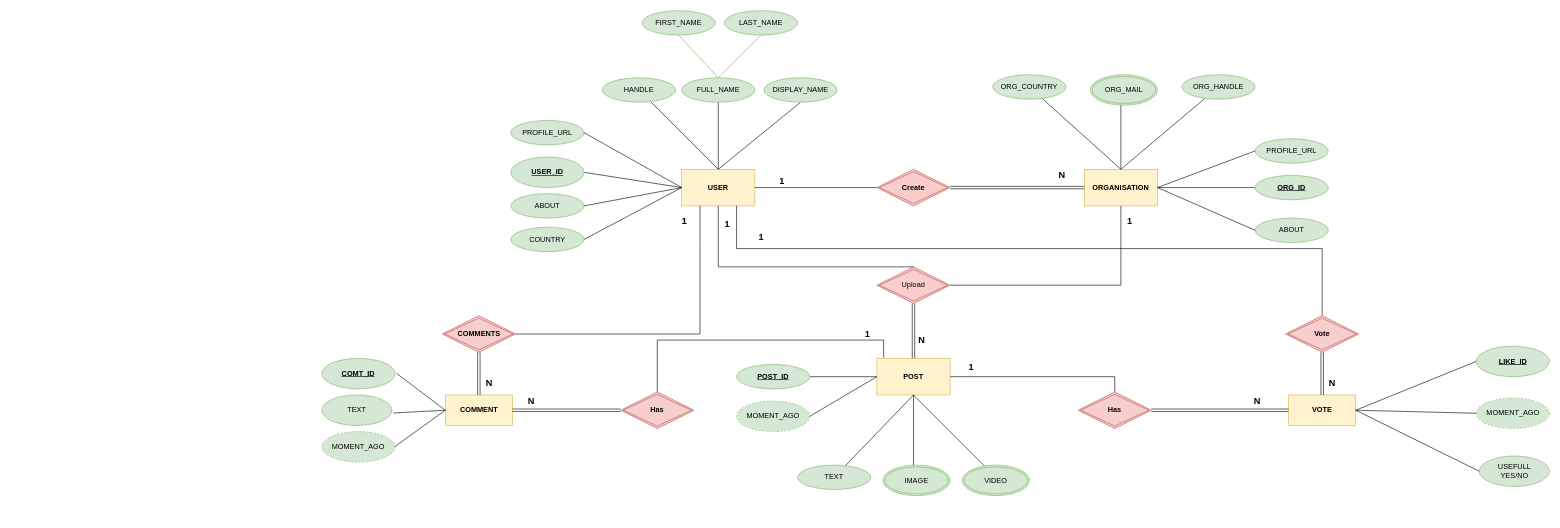
Earlier version of the draw.io diagram codelabz.drawio (mohdhaider07/DrumKit). Source tidied: cells renumbered, new cells numbered last; positions are measured from the earlier drawing's top-left corner, leaving out a move shared by most shapes. Both pictures are drawn from the tidied source at 61%, with x=0, y=0 at pixel (321, 10).
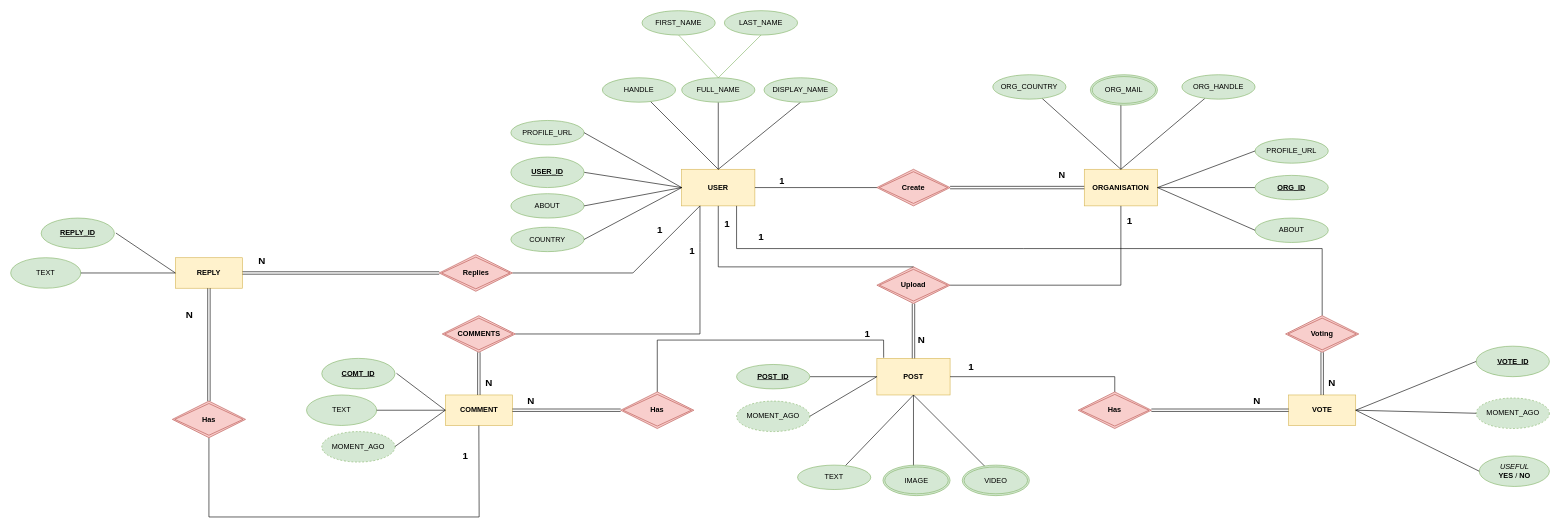
The same page after the edit.

The change refers to these unchanged cells:
```xml
<mxCell id="2" value="USER" style="rounded=0;whiteSpace=wrap;html=1;fillColor=#fff2cc;strokeColor=#d6b656;fontStyle=1;" parent="1" vertex="1">
  <mxGeometry x="590" y="260" width="120" height="60" as="geometry" />
</mxCell>
<mxCell id="32" style="shape=link;html=1;rounded=0;exitX=0.5;exitY=1;exitDx=0;exitDy=0;entryX=0.5;entryY=0;entryDx=0;entryDy=0;" parent="1" edge="1" source="38" target="18">
  <mxGeometry relative="1" as="geometry" />
</mxCell>
<mxCell id="40" style="endArrow=none;html=1;rounded=0;exitX=0.5;exitY=1;exitDx=0;exitDy=0;entryX=0.5;entryY=0;entryDx=0;entryDy=0;" parent="1" edge="1" source="2" target="38">
  <mxGeometry relative="1" as="geometry">
    <Array as="points">
      <mxPoint x="650" y="420" />
    </Array>
  </mxGeometry>
</mxCell>
<mxCell id="57" value="COMMENT" style="whiteSpace=wrap;html=1;align=center;fontStyle=1;fillColor=#fff2cc;strokeColor=#d6b656;" parent="1" vertex="1">
  <mxGeometry x="202.5" y="630" width="110" height="50" as="geometry" />
</mxCell>
<mxCell id="65" style="shape=link;html=1;rounded=0;exitX=0.5;exitY=0;exitDx=0;exitDy=0;entryX=0.5;entryY=1;entryDx=0;entryDy=0;" parent="1" edge="1" source="57" target="64">
  <mxGeometry relative="1" as="geometry" />
</mxCell>
<mxCell id="67" style="endArrow=none;html=1;rounded=0;entryX=0.25;entryY=1;entryDx=0;entryDy=0;exitX=1;exitY=0.5;exitDx=0;exitDy=0;" parent="1" edge="1" source="64" target="2">
  <mxGeometry relative="1" as="geometry">
    <Array as="points">
      <mxPoint x="620" y="530" />
      <mxPoint x="620" y="380" />
    </Array>
  </mxGeometry>
</mxCell>
<mxCell id="69" style="endArrow=none;html=1;rounded=0;entryX=0.093;entryY=-0.017;entryDx=0;entryDy=0;entryPerimeter=0;exitX=0.5;exitY=0;exitDx=0;exitDy=0;" parent="1" edge="1" source="71" target="18">
  <mxGeometry relative="1" as="geometry">
    <Array as="points">
      <mxPoint x="550" y="540" />
      <mxPoint x="720" y="540" />
      <mxPoint x="921" y="540" />
    </Array>
  </mxGeometry>
</mxCell>
<mxCell id="72" style="shape=link;html=1;rounded=0;exitX=0;exitY=0.5;exitDx=0;exitDy=0;entryX=1;entryY=0.5;entryDx=0;entryDy=0;" parent="1" edge="1" source="71" target="57">
  <mxGeometry relative="1" as="geometry" />
</mxCell>
<mxCell id="74" style="endArrow=none;html=1;rounded=0;exitX=0.75;exitY=1;exitDx=0;exitDy=0;entryX=0.5;entryY=0;entryDx=0;entryDy=0;" parent="1" edge="1" source="2" target="83">
  <mxGeometry relative="1" as="geometry">
    <Array as="points">
      <mxPoint x="680" y="390" />
      <mxPoint x="1150" y="390" />
      <mxPoint x="1640" y="390" />
    </Array>
  </mxGeometry>
</mxCell>
<mxCell id="84" style="shape=link;html=1;rounded=0;exitX=0.5;exitY=0;exitDx=0;exitDy=0;entryX=0.5;entryY=1;entryDx=0;entryDy=0;" parent="1" edge="1" source="76" target="83">
  <mxGeometry relative="1" as="geometry" />
</mxCell>
<mxCell id="86" style="endArrow=none;html=1;rounded=0;exitX=1;exitY=0.5;exitDx=0;exitDy=0;entryX=0.5;entryY=0;entryDx=0;entryDy=0;" parent="1" edge="1" source="18" target="88">
  <mxGeometry relative="1" as="geometry">
    <Array as="points">
      <mxPoint x="1300" y="600" />
    </Array>
  </mxGeometry>
</mxCell>
<mxCell id="89" style="shape=link;html=1;rounded=0;exitX=1;exitY=0.5;exitDx=0;exitDy=0;entryX=0;entryY=0.5;entryDx=0;entryDy=0;" parent="1" edge="1" source="88" target="76">
  <mxGeometry relative="1" as="geometry" />
</mxCell>
```

Change to the diagram source:
```diff
@@
-    <mxCell id="26" value="1" style="text;html=1;align=center;verticalAlign=middle;strokeColor=none;fillColor=none;fontSize=15;fontStyle=1;" parent="1" vertex="1">
+    <mxCell id="26" value="1" style="text;html=1;align=center;verticalAlign=middle;strokeColor=none;fillColor=none;fontSize=16;fontStyle=1;" parent="1" vertex="1">
       <mxGeometry x="705" y="355" width="30" height="30" as="geometry" />
     </mxCell>
@@
-    <mxCell id="33" value="N" style="html=1;whiteSpace=wrap;align=right;verticalAlign=bottom;fontSize=15;fontStyle=1;" parent="32" vertex="1">
+    <mxCell id="33" value="N" style="html=1;whiteSpace=wrap;align=right;verticalAlign=bottom;fontSize=16;fontStyle=1;" parent="32" vertex="1">
       <mxGeometry x="1" relative="1" as="geometry">
         <mxPoint x="20" y="-20" as="offset" />
       </mxGeometry>
     </mxCell>
@@
-    <mxCell id="38" value="Upload" style="shape=rhombus;double=1;perimeter=rhombusPerimeter;whiteSpace=wrap;html=1;align=center;fillColor=#f8cecc;strokeColor=#b85450;" parent="1" vertex="1">
+    <mxCell id="38" value="&lt;b&gt;Upload&lt;/b&gt;" style="shape=rhombus;double=1;perimeter=rhombusPerimeter;whiteSpace=wrap;html=1;align=center;fillColor=#f8cecc;strokeColor=#b85450;" parent="1" vertex="1">
       <mxGeometry x="910" y="420" width="120" height="60" as="geometry" />
     </mxCell>
@@
-    <mxCell id="41" value="1" style="html=1;whiteSpace=wrap;align=right;verticalAlign=bottom;fontSize=15;fontStyle=1;" parent="40" vertex="1">
+    <mxCell id="41" value="1" style="html=1;whiteSpace=wrap;align=right;verticalAlign=bottom;fontSize=16;fontStyle=1;" parent="40" vertex="1">
       <mxGeometry x="1" relative="1" as="geometry">
         <mxPoint x="-300" y="-60" as="offset" />
       </mxGeometry>
     </mxCell>
@@
     <mxCell id="58" value="TEXT" style="ellipse;whiteSpace=wrap;html=1;align=center;fontStyle=0;fillColor=#d5e8d4;strokeColor=#82b366;" parent="1" vertex="1">
-      <mxGeometry y="630" width="115" height="50" as="geometry" />
+      <mxGeometry x="-25" y="630" width="115" height="50" as="geometry" />
     </mxCell>
@@
-    <mxCell id="62" style="endArrow=none;html=1;rounded=0;entryX=0;entryY=0.5;entryDx=0;entryDy=0;" parent="1" edge="1" target="57">
-      <mxGeometry relative="1" as="geometry">
-        <mxPoint x="117.5" y="659.5" as="sourcePoint" />
-      </mxGeometry>
+    <mxCell id="62" style="endArrow=none;html=1;rounded=0;entryX=0;entryY=0.5;entryDx=0;entryDy=0;exitX=1;exitY=0.5;exitDx=0;exitDy=0;" parent="1" edge="1" source="58" target="57">
+      <mxGeometry relative="1" as="geometry" />
     </mxCell>
@@
-    <mxCell id="66" value="N" style="html=1;whiteSpace=wrap;align=right;verticalAlign=bottom;fontSize=15;fontStyle=1;" parent="65" vertex="1">
+    <mxCell id="66" value="N" style="html=1;whiteSpace=wrap;align=right;verticalAlign=bottom;fontSize=16;fontStyle=1;" parent="65" vertex="1">
       <mxGeometry x="1" relative="1" as="geometry">
         <mxPoint x="23" y="60" as="offset" />
       </mxGeometry>
     </mxCell>
@@
-    <mxCell id="68" value="1" style="html=1;whiteSpace=wrap;align=right;verticalAlign=bottom;fontSize=16;fontStyle=1;" parent="67" vertex="1">
-      <mxGeometry x="1" relative="1" as="geometry">
-        <mxPoint x="-20" y="35" as="offset" />
-      </mxGeometry>
-    </mxCell>
@@
-    <mxCell id="70" value="1" style="html=1;whiteSpace=wrap;align=right;verticalAlign=bottom;fontSize=15;fontStyle=1;" parent="69" vertex="1">
+    <mxCell id="70" value="1" style="html=1;whiteSpace=wrap;align=right;verticalAlign=bottom;fontSize=16;fontStyle=1;" parent="69" vertex="1">
       <mxGeometry x="1" relative="1" as="geometry">
         <mxPoint x="-21" y="-29" as="offset" />
       </mxGeometry>
     </mxCell>
@@
-    <mxCell id="73" value="N" style="html=1;whiteSpace=wrap;align=right;verticalAlign=bottom;fontSize=15;fontStyle=1;" parent="72" vertex="1">
+    <mxCell id="73" value="N" style="html=1;whiteSpace=wrap;align=right;verticalAlign=bottom;fontSize=16;fontStyle=1;" parent="72" vertex="1">
       <mxGeometry x="1" relative="1" as="geometry">
         <mxPoint x="38" y="-5" as="offset" />
       </mxGeometry>
     </mxCell>
@@
-    <mxCell id="75" value="1" style="html=1;whiteSpace=wrap;align=right;verticalAlign=bottom;fontSize=15;fontStyle=1;" parent="74" vertex="1">
+    <mxCell id="75" value="1" style="html=1;whiteSpace=wrap;align=right;verticalAlign=bottom;fontSize=16;fontStyle=1;" parent="74" vertex="1">
       <mxGeometry x="1" relative="1" as="geometry">
         <mxPoint x="-310" y="-145" as="offset" />
       </mxGeometry>
     </mxCell>
@@
-    <mxCell id="77" value="USEFULL&lt;br&gt;YES/NO" style="ellipse;whiteSpace=wrap;html=1;align=center;fillColor=#d5e8d4;strokeColor=#82b366;" parent="1" vertex="1">
+    <mxCell id="77" value="&lt;i&gt;USEFUL&lt;/i&gt;&lt;br&gt;&lt;b&gt;YES&amp;nbsp;&lt;/b&gt;/&amp;nbsp;&lt;b&gt;NO&lt;/b&gt;" style="ellipse;whiteSpace=wrap;html=1;align=center;fillColor=#d5e8d4;strokeColor=#82b366;" parent="1" vertex="1">
       <mxGeometry x="1897.5" y="730" width="115" height="50" as="geometry" />
     </mxCell>
-    <mxCell id="78" value="LIKE_ID" style="ellipse;whiteSpace=wrap;html=1;align=center;fontStyle=5;fillColor=#d5e8d4;strokeColor=#82b366;" parent="1" vertex="1">
+    <mxCell id="78" value="VOTE_ID" style="ellipse;whiteSpace=wrap;html=1;align=center;fontStyle=5;fillColor=#d5e8d4;strokeColor=#82b366;" parent="1" vertex="1">
       <mxGeometry x="1892.5" y="550" width="120" height="50" as="geometry" />
     </mxCell>
@@
-    <mxCell id="83" value="Vote" style="shape=rhombus;double=1;perimeter=rhombusPerimeter;whiteSpace=wrap;html=1;align=center;fontStyle=1;fillColor=#f8cecc;strokeColor=#b85450;" parent="1" vertex="1">
+    <mxCell id="83" value="Voting" style="shape=rhombus;double=1;perimeter=rhombusPerimeter;whiteSpace=wrap;html=1;align=center;fontStyle=1;fillColor=#f8cecc;strokeColor=#b85450;" parent="1" vertex="1">
       <mxGeometry x="1580" y="500" width="120" height="60" as="geometry" />
     </mxCell>
@@
-    <mxCell id="85" value="N" style="html=1;whiteSpace=wrap;align=right;verticalAlign=bottom;fontSize=15;fontStyle=1;" parent="84" vertex="1">
+    <mxCell id="85" value="N" style="html=1;whiteSpace=wrap;align=right;verticalAlign=bottom;fontSize=16;fontStyle=1;" parent="84" vertex="1">
       <mxGeometry x="1" relative="1" as="geometry">
         <mxPoint x="23" y="60" as="offset" />
       </mxGeometry>
     </mxCell>
@@
-    <mxCell id="87" value="1" style="html=1;whiteSpace=wrap;align=right;verticalAlign=bottom;fontSize=15;fontStyle=1;" parent="86" vertex="1">
+    <mxCell id="87" value="1" style="html=1;whiteSpace=wrap;align=right;verticalAlign=bottom;fontSize=16;fontStyle=1;" parent="86" vertex="1">
       <mxGeometry x="1" relative="1" as="geometry">
         <mxPoint x="-230" y="-30" as="offset" />
       </mxGeometry>
     </mxCell>
@@
-    <mxCell id="90" value="N" style="html=1;whiteSpace=wrap;align=right;verticalAlign=bottom;fontSize=15;fontStyle=1;" parent="89" vertex="1">
+    <mxCell id="90" value="N" style="html=1;whiteSpace=wrap;align=right;verticalAlign=bottom;fontSize=16;fontStyle=1;" parent="89" vertex="1">
       <mxGeometry x="1" relative="1" as="geometry">
         <mxPoint x="-45" y="-5" as="offset" />
       </mxGeometry>
     </mxCell>
+    <mxCell id="91" value="REPLY" style="whiteSpace=wrap;html=1;align=center;fontStyle=1;fillColor=#fff2cc;strokeColor=#d6b656;" parent="1" vertex="1">
+      <mxGeometry x="-240" y="405" width="110" height="50" as="geometry" />
+    </mxCell>
+    <mxCell id="92" style="endArrow=none;html=1;rounded=0;entryX=0.25;entryY=1;entryDx=0;entryDy=0;exitX=1;exitY=0.5;exitDx=0;exitDy=0;" parent="1" edge="1" source="95" target="2">
+      <mxGeometry relative="1" as="geometry">
+        <Array as="points">
+          <mxPoint x="510" y="430" />
+        </Array>
+      </mxGeometry>
+    </mxCell>
+    <mxCell id="93" value="1" style="html=1;whiteSpace=wrap;align=right;verticalAlign=bottom;fontSize=16;fontStyle=1;" parent="92" vertex="1">
+      <mxGeometry x="1" relative="1" as="geometry">
+        <mxPoint x="-60" y="50" as="offset" />
+      </mxGeometry>
+    </mxCell>
+    <mxCell id="94" value="1" style="html=1;whiteSpace=wrap;align=right;verticalAlign=bottom;fontSize=16;fontStyle=1;" parent="1" vertex="1">
+      <mxGeometry x="610" y="375" as="geometry">
+        <mxPoint x="3" y="30" as="offset" />
+      </mxGeometry>
+    </mxCell>
+    <mxCell id="95" value="Replies" style="shape=rhombus;double=1;perimeter=rhombusPerimeter;whiteSpace=wrap;html=1;align=center;fillColor=#f8cecc;strokeColor=#b85450;fontStyle=1;" parent="1" vertex="1">
+      <mxGeometry x="192.5" y="400" width="120" height="60" as="geometry" />
+    </mxCell>
+    <mxCell id="96" style="shape=link;html=1;rounded=0;exitX=0;exitY=0.5;exitDx=0;exitDy=0;entryX=1;entryY=0.5;entryDx=0;entryDy=0;" parent="1" edge="1" source="95" target="91">
+      <mxGeometry relative="1" as="geometry" />
+    </mxCell>
+    <mxCell id="97" value="N" style="html=1;whiteSpace=wrap;align=right;verticalAlign=bottom;fontSize=16;fontStyle=1;" parent="96" vertex="1">
+      <mxGeometry x="1" relative="1" as="geometry">
+        <mxPoint x="39" y="-10" as="offset" />
+      </mxGeometry>
+    </mxCell>
+    <mxCell id="98" value="REPLY_ID" style="ellipse;whiteSpace=wrap;html=1;align=center;fontStyle=5;fillColor=#d5e8d4;strokeColor=#82b366;" parent="1" vertex="1">
+      <mxGeometry x="-460" y="340" width="120" height="50" as="geometry" />
+    </mxCell>
+    <mxCell id="99" style="endArrow=none;html=1;rounded=0;entryX=0;entryY=0.5;entryDx=0;entryDy=0;" parent="1" edge="1" target="91">
+      <mxGeometry relative="1" as="geometry">
+        <mxPoint x="-337.5" y="364.5" as="sourcePoint" />
+      </mxGeometry>
+    </mxCell>
+    <mxCell id="100" value="TEXT" style="ellipse;whiteSpace=wrap;html=1;align=center;fontStyle=0;fillColor=#d5e8d4;strokeColor=#82b366;" parent="1" vertex="1">
+      <mxGeometry x="-510" y="405" width="115" height="50" as="geometry" />
+    </mxCell>
+    <mxCell id="101" style="endArrow=none;html=1;rounded=0;entryX=0;entryY=0.5;entryDx=0;entryDy=0;exitX=1;exitY=0.5;exitDx=0;exitDy=0;" parent="1" edge="1" source="100" target="91">
+      <mxGeometry relative="1" as="geometry" />
+    </mxCell>
+    <mxCell id="102" style="endArrow=none;html=1;rounded=0;entryX=0.5;entryY=1;entryDx=0;entryDy=0;exitX=0.5;exitY=1;exitDx=0;exitDy=0;" parent="1" edge="1" source="104" target="57">
+      <mxGeometry relative="1" as="geometry">
+        <Array as="points">
+          <mxPoint x="-185" y="830" />
+          <mxPoint x="258" y="830" />
+        </Array>
+      </mxGeometry>
+    </mxCell>
+    <mxCell id="103" value="1" style="html=1;whiteSpace=wrap;align=right;verticalAlign=bottom;fontSize=16;fontStyle=1;" parent="102" vertex="1">
+      <mxGeometry x="1" relative="1" as="geometry">
+        <mxPoint x="-17" y="60" as="offset" />
+      </mxGeometry>
+    </mxCell>
+    <mxCell id="104" value="Has" style="shape=rhombus;double=1;perimeter=rhombusPerimeter;whiteSpace=wrap;html=1;align=center;fillColor=#f8cecc;strokeColor=#b85450;fontStyle=1;" parent="1" vertex="1">
+      <mxGeometry x="-245" y="640" width="120" height="60" as="geometry" />
+    </mxCell>
+    <mxCell id="105" style="shape=link;html=1;rounded=0;exitX=0.5;exitY=0;exitDx=0;exitDy=0;entryX=0.5;entryY=1;entryDx=0;entryDy=0;" parent="1" edge="1" source="104" target="91">
+      <mxGeometry relative="1" as="geometry" />
+    </mxCell>
+    <mxCell id="106" value="N" style="html=1;whiteSpace=wrap;align=right;verticalAlign=bottom;fontSize=16;fontStyle=1;" parent="105" vertex="1">
+      <mxGeometry x="1" relative="1" as="geometry">
+        <mxPoint x="-25" y="55" as="offset" />
+      </mxGeometry>
+    </mxCell>
```
